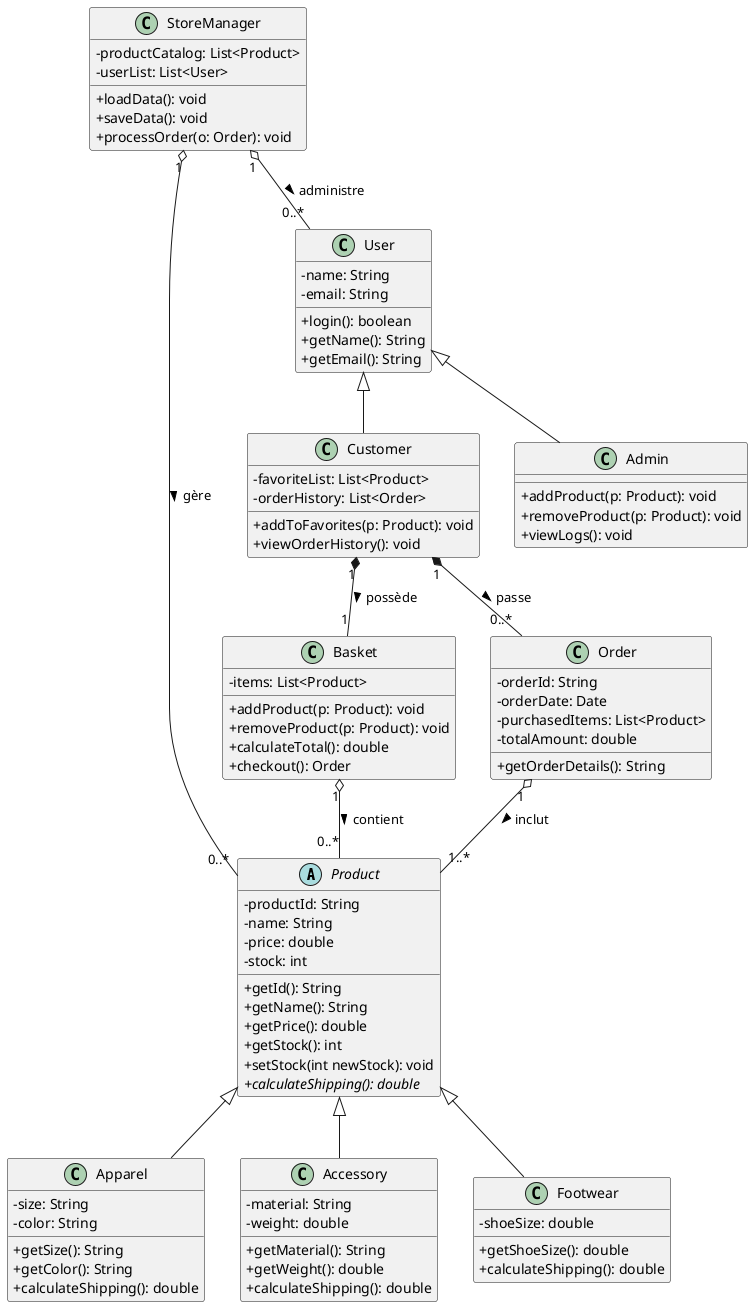
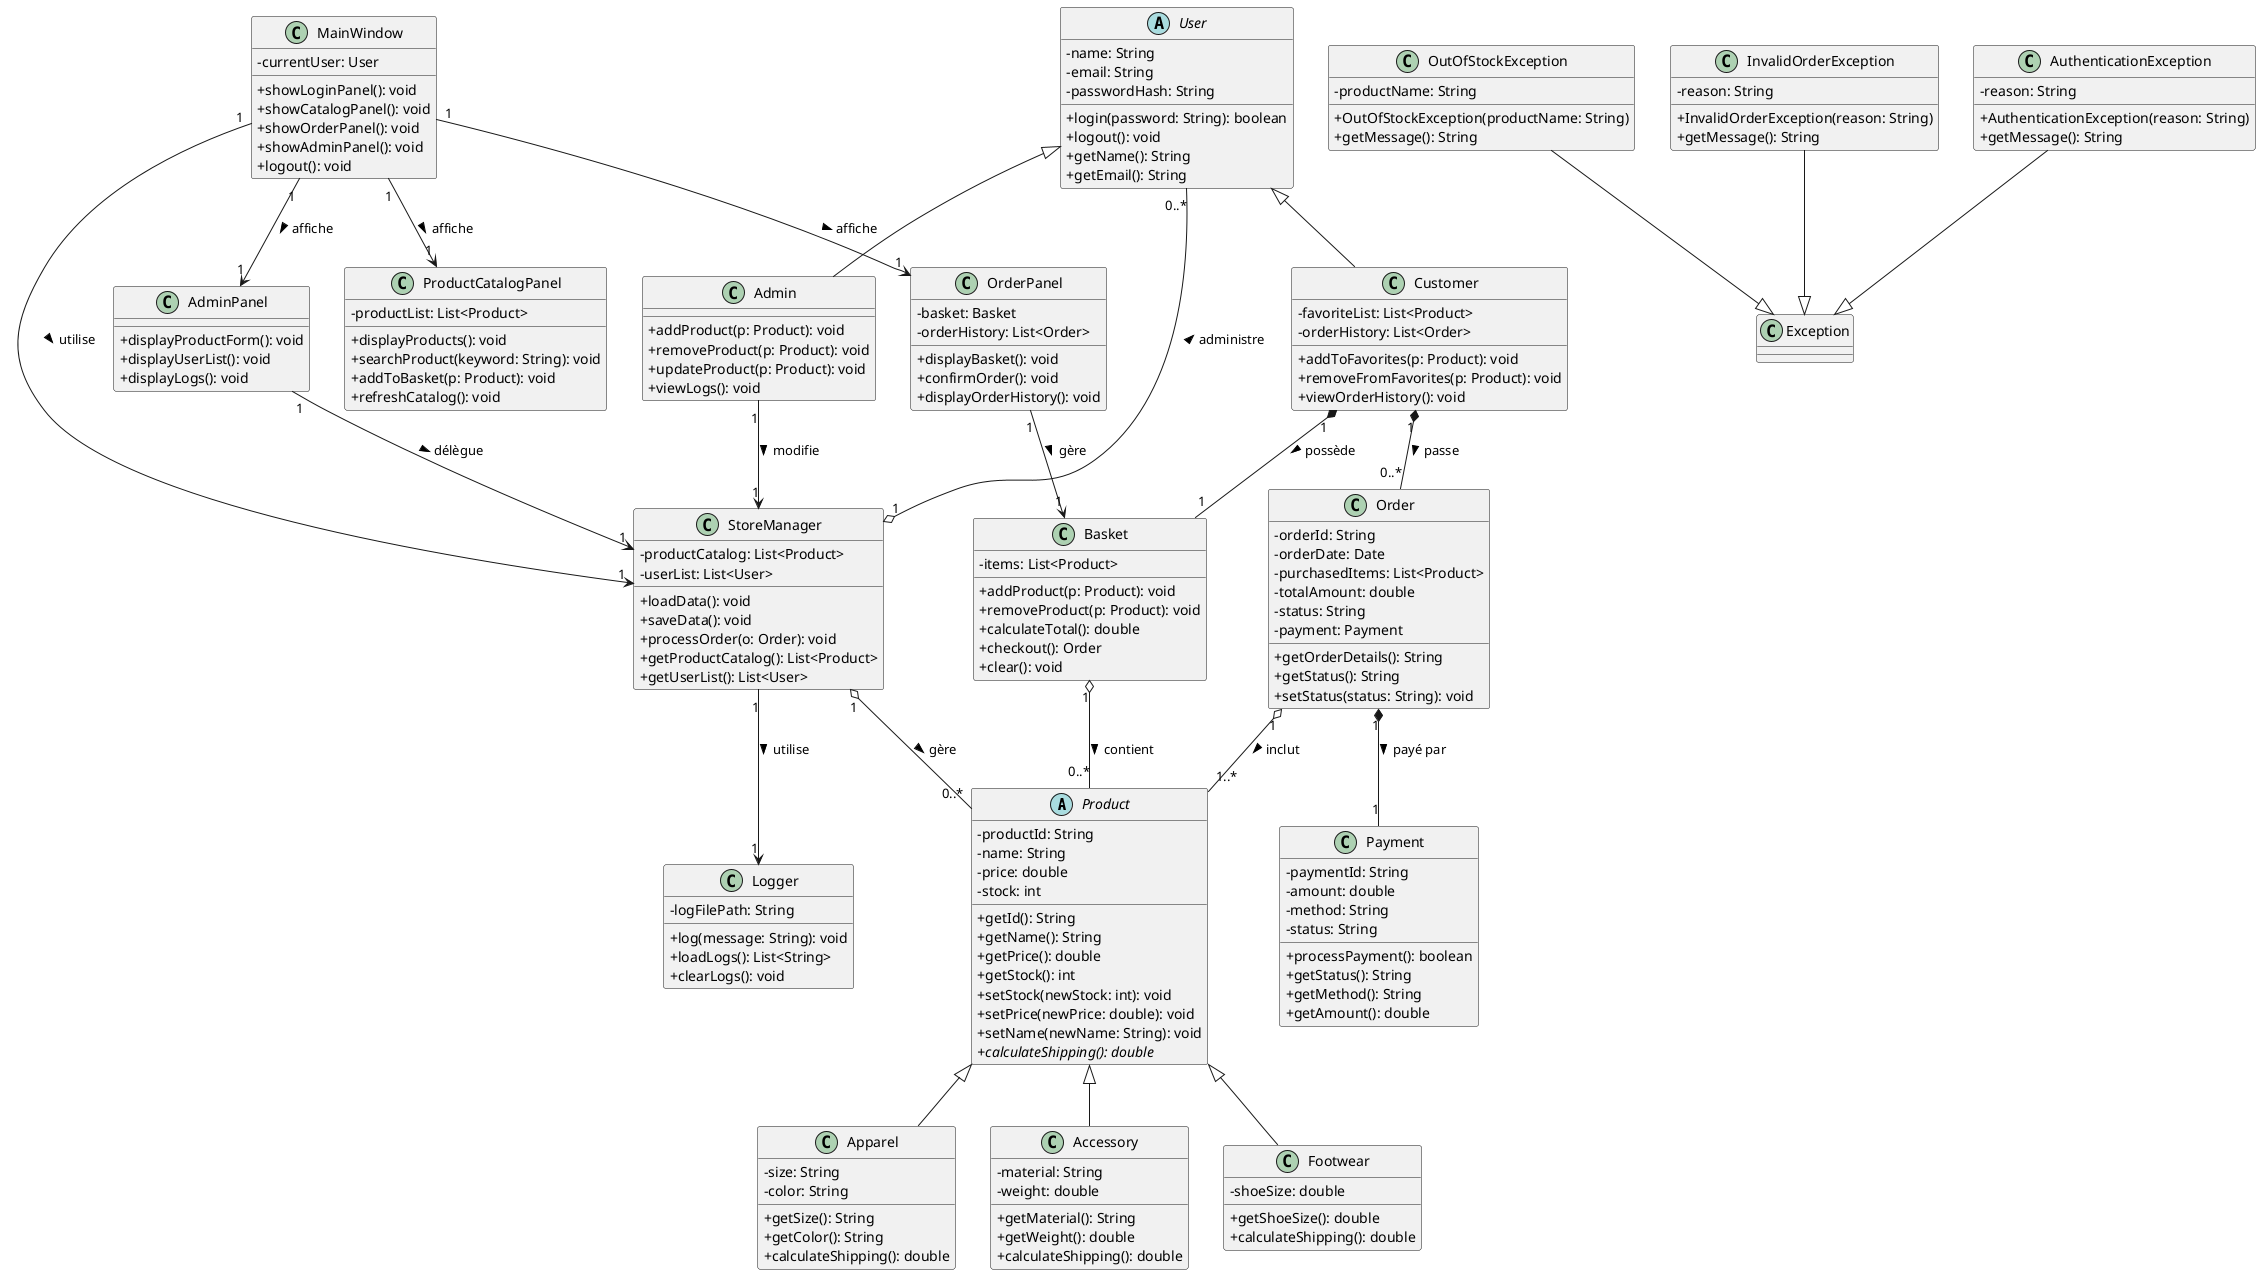
- @startuml
+ @startuml graph.puml
skinparam classAttributeIconSize 0

' --- ABSTRACT CLASS ---
abstract class Product {
    - productId: String
    - name: String
    - price: double
    - stock: int
    + getId(): String
    + getName(): String
    + getPrice(): double
    + getStock(): int
-     + setStock(int newStock): void
+     + setStock(newStock: int): void
+     + setPrice(newPrice: double): void
+     + setName(newName: String): void
    + {abstract} calculateShipping(): double
}

' --- PRODUCT SUBCLASSES ---
class Apparel {
    - size: String
    - color: String
    + getSize(): String
    + getColor(): String
    + calculateShipping(): double
}

class Accessory {
    - material: String
    - weight: double
    + getMaterial(): String
    + getWeight(): double
    + calculateShipping(): double
}

class Footwear {
    - shoeSize: double
    + getShoeSize(): double
    + calculateShipping(): double
}

Product <|-- Apparel
Product <|-- Accessory
Product <|-- Footwear

- ' --- USER HIERARCHY ---
- class User {
+ ' --- USER HIERARCHY (abstract base) ---
+ abstract class User {
    - name: String
    - email: String
-     + login(): boolean
+     - passwordHash: String
+     + login(password: String): boolean
+     + logout(): void
    + getName(): String
    + getEmail(): String
}

class Customer {
    - favoriteList: List<Product>
    - orderHistory: List<Order>
    + addToFavorites(p: Product): void
+     + removeFromFavorites(p: Product): void
    + viewOrderHistory(): void
}

class Admin {
    + addProduct(p: Product): void
    + removeProduct(p: Product): void
+     + updateProduct(p: Product): void
    + viewLogs(): void
}

User <|-- Customer
User <|-- Admin

' --- CART AND ORDER ---
class Basket {
    - items: List<Product>
    + addProduct(p: Product): void
    + removeProduct(p: Product): void
    + calculateTotal(): double
    + checkout(): Order
+     + clear(): void
}

class Order {
    - orderId: String
    - orderDate: Date
    - purchasedItems: List<Product>
    - totalAmount: double
+     - status: String
+     - payment: Payment
    + getOrderDetails(): String
+     + getStatus(): String
+     + setStatus(status: String): void
+ }
+ 
+ ' --- PAYMENT ---
+ class Payment {
+     - paymentId: String
+     - amount: double
+     - method: String
+     - status: String
+     + processPayment(): boolean
+     + getStatus(): String
+     + getMethod(): String
+     + getAmount(): double
}

' --- CONTROLLER ---
class StoreManager {
    - productCatalog: List<Product>
    - userList: List<User>
    + loadData(): void
    + saveData(): void
    + processOrder(o: Order): void
+     + getProductCatalog(): List<Product>
+     + getUserList(): List<User>
+ }
+ 
+ ' --- FILE I/O & LOGGING ---
+ class Logger {
+     - logFilePath: String
+     + log(message: String): void
+     + loadLogs(): List<String>
+     + clearLogs(): void
+ }
+ 
+ ' --- CUSTOM EXCEPTIONS ---
+ class OutOfStockException {
+     - productName: String
+     + OutOfStockException(productName: String)
+     + getMessage(): String
+ }
+ 
+ class InvalidOrderException {
+     - reason: String
+     + InvalidOrderException(reason: String)
+     + getMessage(): String
+ }
+ 
+ class AuthenticationException {
+     - reason: String
+     + AuthenticationException(reason: String)
+     + getMessage(): String
+ }
+ 
+ OutOfStockException --|> Exception
+ InvalidOrderException --|> Exception
+ AuthenticationException --|> Exception
+ 
+ ' --- GUI LAYER ---
+ class MainWindow {
+     - currentUser: User
+     + showLoginPanel(): void
+     + showCatalogPanel(): void
+     + showOrderPanel(): void
+     + showAdminPanel(): void
+     + logout(): void
+ }
+ 
+ class ProductCatalogPanel {
+     - productList: List<Product>
+     + displayProducts(): void
+     + searchProduct(keyword: String): void
+     + addToBasket(p: Product): void
+     + refreshCatalog(): void
+ }
+ 
+ class OrderPanel {
+     - basket: Basket
+     - orderHistory: List<Order>
+     + displayBasket(): void
+     + confirmOrder(): void
+     + displayOrderHistory(): void
+ }
+ 
+ class AdminPanel {
+     + displayProductForm(): void
+     + displayUserList(): void
+     + displayLogs(): void
}

' --- RELATIONSHIPS ---
- Customer "1" *-- "1" Basket : possède >
- Customer "1" *-- "0..*" Order : passe >
- Basket "1" o-- "0..*" Product : contient >
- Order "1" o-- "1..*" Product : inclut >
- StoreManager "1" o-- "0..*" Product : gère >
- StoreManager "1" o-- "0..*" User : administre >
- 
- @enduml+ Customer "1" *-- "1" Basket          : possède >
+ Customer "1" *-- "0..*" Order        : passe >
+ Basket "1" o-- "0..*" Product        : contient >
+ Order "1" o-- "1..*" Product         : inclut >
+ Order "1" *-- "1" Payment            : payé par >
+ StoreManager "1" o-- "0..*" Product  : gère >
+ StoreManager "1" o-- "0..*" User     : administre >
+ Admin "1" --> "1" StoreManager       : modifie >
+ StoreManager "1" --> "1" Logger      : utilise >
+ 
+ MainWindow "1" --> "1" StoreManager       : utilise >
+ MainWindow "1" --> "1" ProductCatalogPanel : affiche >
+ MainWindow "1" --> "1" OrderPanel          : affiche >
+ MainWindow "1" --> "1" AdminPanel          : affiche >
+ AdminPanel "1" --> "1" StoreManager       : délègue >
+ OrderPanel "1" --> "1" Basket             : gère >
+ 
+ @enduml
